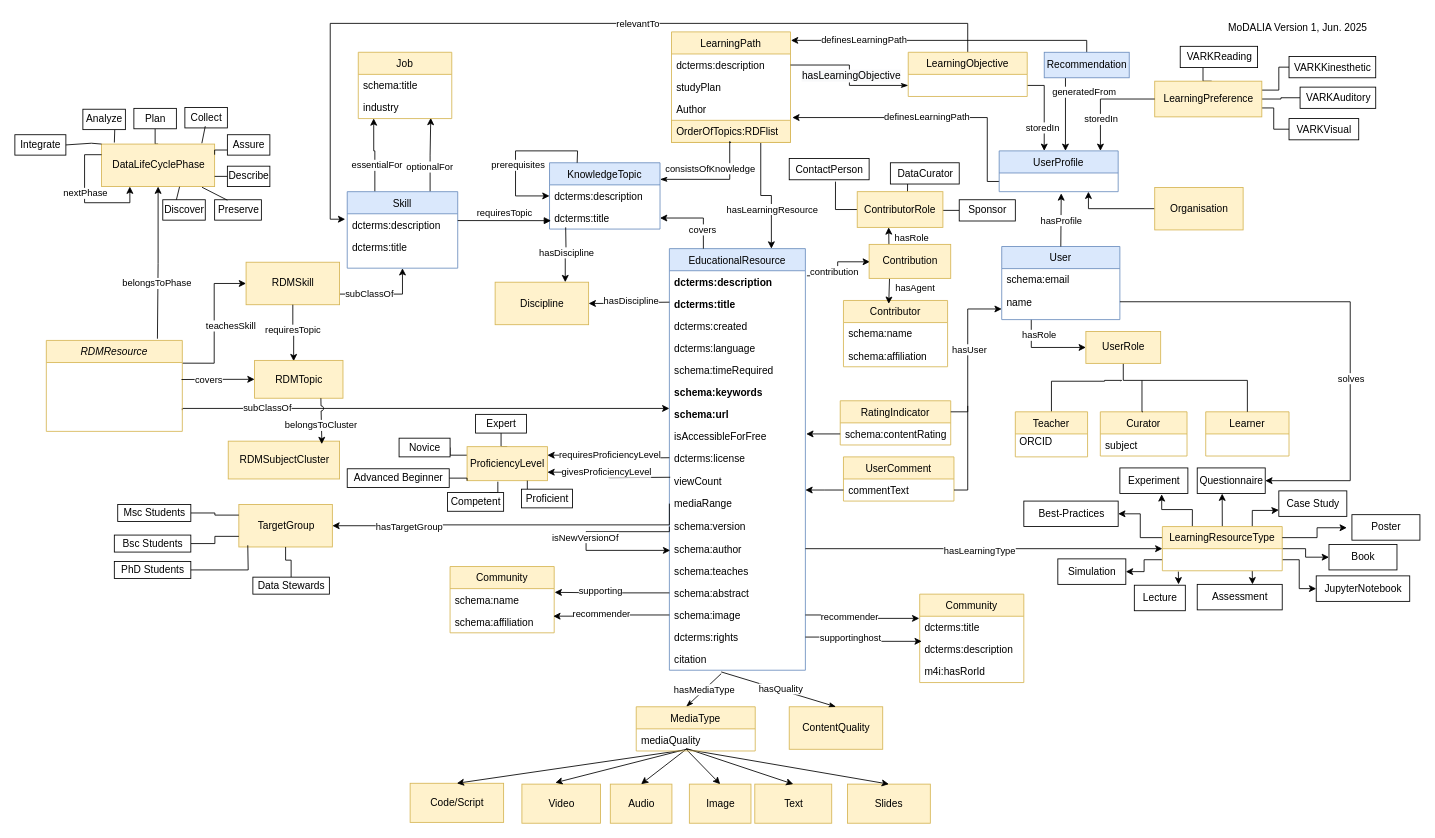
Earlier version of the draw.io diagram visualisations/Modalia_v1_Jun25.drawio (data-literacy-alliance/dalia-ontology). Source tidied: cells renumbered, new cells numbered last; positions are measured from the earlier drawing's top-left corner, leaving out a move shared by most shapes. Both pictures are drawn from the tidied source at 85%, with x=0, y=0 at pixel (14, 14).
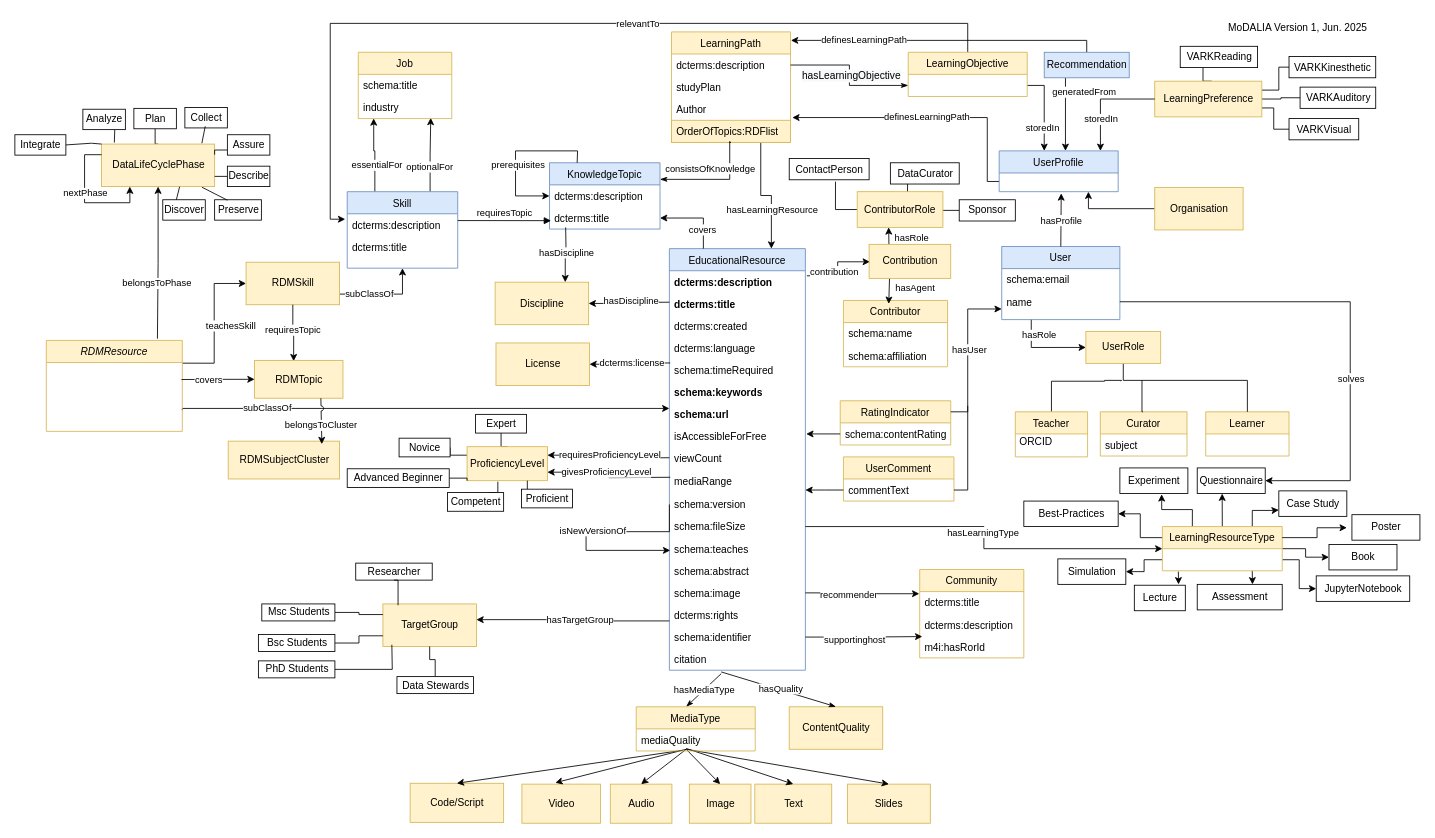
The same page after the edit.

Commit message (it also covers changes not shown here):
Vis+Refine

Unchanged cells that the change refers to:
```xml
<mxCell id="18" value="EducationalResource" style="swimlane;fontStyle=0;align=center;verticalAlign=top;horizontal=1;startSize=26;rounded=0;shadow=0;strokeWidth=1;fillColor=#dae8fc;strokeColor=#6c8ebf;" parent="1" vertex="1">
  <mxGeometry x="770" y="275" width="160" height="496" as="geometry" />
</mxCell>
<mxCell id="239" value="dcterms:title" style="text;strokeColor=none;fillColor=none;align=left;verticalAlign=top;spacingLeft=4;spacingRight=4;overflow=hidden;points=[[0,0.5],[1,0.5]];portConstraint=eastwest;" parent="238" vertex="1">
  <mxGeometry y="26" width="122.5" height="26" as="geometry" />
</mxCell>
<mxCell id="241" value="m4i:hasRorId" style="text;strokeColor=none;fillColor=none;align=left;verticalAlign=top;spacingLeft=4;spacingRight=4;overflow=hidden;points=[[0,0.5],[1,0.5]];portConstraint=eastwest;" parent="238" vertex="1">
  <mxGeometry y="78" width="122.5" height="26" as="geometry" />
</mxCell>
```

The edit, as a diff of the source:
```diff
@@
-    <mxCell id="27" value="dcterms:license" style="text;align=left;verticalAlign=top;spacingLeft=4;spacingRight=4;overflow=hidden;rounded=0;shadow=0;html=0;" parent="18" vertex="1">
-      <mxGeometry y="234" width="160" height="26" as="geometry" />
-    </mxCell>
     <mxCell id="28" value="viewCount" style="text;align=left;verticalAlign=top;spacingLeft=4;spacingRight=4;overflow=hidden;rounded=0;shadow=0;html=0;" parent="18" vertex="1">
-      <mxGeometry y="260" width="160" height="26" as="geometry" />
+      <mxGeometry y="234" width="160" height="26" as="geometry" />
     </mxCell>
     <mxCell id="29" value="mediaRange" style="text;align=left;verticalAlign=top;spacingLeft=4;spacingRight=4;overflow=hidden;points=[[0,0.5],[1,0.5]];portConstraint=eastwest;rounded=0;shadow=0;html=0;" parent="18" vertex="1">
-      <mxGeometry y="286" width="160" height="28" as="geometry" />
+      <mxGeometry y="260" width="160" height="28" as="geometry" />
     </mxCell>
@@
     <mxCell id="32" value="schema:version" style="text;align=left;verticalAlign=top;spacingLeft=4;spacingRight=4;overflow=hidden;points=[[0,0.5],[1,0.5]];portConstraint=eastwest;rounded=0;shadow=0;html=0;" parent="18" vertex="1">
-      <mxGeometry y="314" width="160" height="26" as="geometry" />
+      <mxGeometry y="288" width="160" height="26" as="geometry" />
     </mxCell>
-    <mxCell id="33" value="schema:author" style="text;align=left;verticalAlign=top;spacingLeft=4;spacingRight=4;overflow=hidden;points=[[0,0.5],[1,0.5]];portConstraint=eastwest;rounded=0;shadow=0;html=0;" parent="18" vertex="1">
-      <mxGeometry y="340" width="160" height="26" as="geometry" />
+    <mxCell id="33" value="schema:fileSize" style="text;align=left;verticalAlign=top;spacingLeft=4;spacingRight=4;overflow=hidden;points=[[0,0.5],[1,0.5]];portConstraint=eastwest;rounded=0;shadow=0;html=0;" parent="18" vertex="1">
+      <mxGeometry y="314" width="160" height="26" as="geometry" />
     </mxCell>
     <mxCell id="34" value="schema:teaches" style="text;align=left;verticalAlign=top;spacingLeft=4;spacingRight=4;overflow=hidden;rounded=0;shadow=0;html=0;" parent="18" vertex="1">
-      <mxGeometry y="366" width="160" height="26" as="geometry" />
+      <mxGeometry y="340" width="160" height="26" as="geometry" />
     </mxCell>
     <mxCell id="35" value="schema:abstract" style="text;align=left;verticalAlign=top;spacingLeft=4;spacingRight=4;overflow=hidden;points=[[0,0.5],[1,0.5]];portConstraint=eastwest;rounded=0;shadow=0;html=0;" parent="18" vertex="1">
-      <mxGeometry y="392" width="160" height="26" as="geometry" />
+      <mxGeometry y="366" width="160" height="26" as="geometry" />
     </mxCell>
     <mxCell id="36" value="schema:image" style="text;align=left;verticalAlign=top;spacingLeft=4;spacingRight=4;overflow=hidden;points=[[0,0.5],[1,0.5]];portConstraint=eastwest;rounded=0;shadow=0;html=0;" parent="18" vertex="1">
-      <mxGeometry y="418" width="160" height="26" as="geometry" />
+      <mxGeometry y="392" width="160" height="26" as="geometry" />
     </mxCell>
     <mxCell id="37" value="dcterms:rights" style="text;align=left;verticalAlign=top;spacingLeft=4;spacingRight=4;overflow=hidden;points=[[0,0.5],[1,0.5]];portConstraint=eastwest;rounded=0;shadow=0;html=0;" parent="18" vertex="1">
-      <mxGeometry y="444" width="160" height="26" as="geometry" />
+      <mxGeometry y="418" width="160" height="26" as="geometry" />
     </mxCell>
-    <mxCell id="38" value="citation" style="text;align=left;verticalAlign=top;spacingLeft=4;spacingRight=4;overflow=hidden;points=[[0,0.5],[1,0.5]];portConstraint=eastwest;rounded=0;shadow=0;html=0;" parent="18" vertex="1">
-      <mxGeometry y="470" width="160" height="26" as="geometry" />
+    <mxCell id="38" value="schema:identifier" style="text;align=left;verticalAlign=top;spacingLeft=4;spacingRight=4;overflow=hidden;points=[[0,0.5],[1,0.5]];portConstraint=eastwest;rounded=0;shadow=0;html=0;" parent="18" vertex="1">
+      <mxGeometry y="444" width="160" height="26" as="geometry" />
     </mxCell>
+    <mxCell id="246" value="citation" style="text;align=left;verticalAlign=top;spacingLeft=4;spacingRight=4;overflow=hidden;rounded=0;shadow=0;html=0;" parent="18" vertex="1">
+      <mxGeometry y="470" width="160" height="26" as="geometry" />
+    </mxCell>
@@
-    <mxCell id="174" style="edgeStyle=orthogonalEdgeStyle;rounded=0;jettySize=auto;html=1;exitX=1;exitY=0.5;exitDx=0;exitDy=0;entryX=0;entryY=0.5;entryDx=0;entryDy=0;endArrow=none;endFill=0;startArrow=classic;startFill=1;" parent="1" edge="1" source="176" target="29">
-      <mxGeometry relative="1" as="geometry">
-        <Array as="points">
-          <mxPoint x="444" y="601" />
-          <mxPoint x="444" y="600" />
-          <mxPoint x="770" y="600" />
-        </Array>
-      </mxGeometry>
-    </mxCell>
-    <mxCell id="175" value="hasTargetGroup" style="edgeLabel;html=1;align=center;verticalAlign=middle;" parent="174" vertex="1">
-      <mxGeometry x="-0.57" y="-1" relative="1" as="geometry" />
-    </mxCell>
     <mxCell id="176" value="TargetGroup" style="html=1;fillColor=#fff2cc;strokeColor=#d6b656;" parent="1" vertex="1">
-      <mxGeometry x="263.5" y="576" width="110" height="50" as="geometry" />
+      <mxGeometry x="433" y="693" width="110" height="50" as="geometry" />
     </mxCell>
@@
     <mxCell id="178" value="Msc Students" style="html=1;" parent="1" vertex="1">
-      <mxGeometry x="121" y="576" width="86" height="20" as="geometry" />
+      <mxGeometry x="290.5" y="693" width="86" height="20" as="geometry" />
     </mxCell>
@@
     <mxCell id="180" value="Bsc Students" style="html=1;" parent="1" vertex="1">
-      <mxGeometry x="117" y="612" width="90" height="20" as="geometry" />
+      <mxGeometry x="286.5" y="729" width="90" height="20" as="geometry" />
     </mxCell>
@@
     <mxCell id="190" value="PhD Students" style="html=1;" parent="1" vertex="1">
-      <mxGeometry x="117" y="643" width="90" height="20" as="geometry" />
+      <mxGeometry x="286.5" y="760" width="90" height="20" as="geometry" />
     </mxCell>
     <mxCell id="191" style="edgeStyle=orthogonalEdgeStyle;rounded=0;jettySize=auto;html=1;exitX=1;exitY=0.5;exitDx=0;exitDy=0;entryX=0;entryY=0.75;entryDx=0;entryDy=0;endArrow=none;endFill=0;" parent="1" edge="1" source="190">
       <mxGeometry relative="1" as="geometry">
-        <mxPoint x="274" y="624" as="targetPoint" />
+        <mxPoint x="443.5" y="741" as="targetPoint" />
       </mxGeometry>
     </mxCell>
@@
     <mxCell id="193" value="Data Stewards" style="html=1;" parent="1" vertex="1">
-      <mxGeometry x="280" y="661.5" width="90" height="20" as="geometry" />
+      <mxGeometry x="449.5" y="778.5" width="90" height="20" as="geometry" />
     </mxCell>
@@
-    <mxCell id="228" value="Community" style="swimlane;fontStyle=0;horizontal=1;startSize=26;fillColor=#fff2cc;strokeColor=#d6b656;" parent="1" vertex="1">
-      <mxGeometry x="512" y="649" width="122.5" height="78" as="geometry" />
-    </mxCell>
-    <mxCell id="229" value="schema:name" style="text;strokeColor=none;fillColor=none;align=left;verticalAlign=top;spacingLeft=4;spacingRight=4;overflow=hidden;points=[[0,0.5],[1,0.5]];portConstraint=eastwest;" parent="228" vertex="1">
-      <mxGeometry y="26" width="122.5" height="26" as="geometry" />
-    </mxCell>
-    <mxCell id="230" value="schema:affiliation" style="text;strokeColor=none;fillColor=none;align=left;verticalAlign=top;spacingLeft=4;spacingRight=4;overflow=hidden;points=[[0,0.5],[1,0.5]];portConstraint=eastwest;" parent="228" vertex="1">
-      <mxGeometry y="52" width="122.5" height="26" as="geometry" />
-    </mxCell>
-    <mxCell id="231" style="edgeStyle=orthogonalEdgeStyle;rounded=0;jettySize=auto;html=1;exitX=0;exitY=0.5;exitDx=0;exitDy=0;entryX=1.004;entryY=0.169;entryDx=0;entryDy=0;entryPerimeter=0;" parent="1" edge="1" source="35" target="229">
-      <mxGeometry relative="1" as="geometry" />
-    </mxCell>
-    <mxCell id="232" value="supporting" style="edgeLabel;html=1;align=center;verticalAlign=middle;" parent="231" vertex="1">
-      <mxGeometry x="0.53" y="-2" relative="1" as="geometry">
-        <mxPoint x="22" as="offset" />
-      </mxGeometry>
-    </mxCell>
-    <mxCell id="233" style="edgeStyle=orthogonalEdgeStyle;rounded=0;jettySize=auto;html=1;exitX=0;exitY=0.5;exitDx=0;exitDy=0;entryX=0.991;entryY=0.246;entryDx=0;entryDy=0;entryPerimeter=0;" parent="1" edge="1" source="36" target="230">
-      <mxGeometry relative="1" as="geometry" />
-    </mxCell>
-    <mxCell id="234" value="recommender" style="edgeLabel;html=1;align=center;verticalAlign=middle;" parent="233" vertex="1">
-      <mxGeometry x="0.33" y="2" relative="1" as="geometry">
-        <mxPoint x="10" y="-5" as="offset" />
-      </mxGeometry>
-    </mxCell>
@@
     <mxCell id="238" value="Community" style="swimlane;fontStyle=0;horizontal=1;startSize=26;fillColor=#fff2cc;strokeColor=#d6b656;" parent="1" vertex="1">
-      <mxGeometry x="1064.5" y="681.5" width="122.5" height="104" as="geometry" />
+      <mxGeometry x="1064.5" y="652.5" width="122.5" height="104" as="geometry" />
     </mxCell>
@@
-    <mxCell id="244" style="edgeStyle=orthogonalEdgeStyle;rounded=0;jettySize=auto;html=1;exitX=1;exitY=0.5;exitDx=0;exitDy=0;entryX=0.02;entryY=1.135;entryDx=0;entryDy=0;entryPerimeter=0;" parent="1" edge="1" source="37" target="239">
-      <mxGeometry relative="1" as="geometry">
-        <Array as="points">
-          <mxPoint x="997" y="732" />
-          <mxPoint x="997" y="737" />
-        </Array>
-      </mxGeometry>
-    </mxCell>
+    <mxCell id="247" value="License" style="html=1;fillColor=#fff2cc;strokeColor=#d6b656;" parent="1" vertex="1">
+      <mxGeometry x="566" y="386" width="110" height="50" as="geometry" />
+    </mxCell>
+    <mxCell id="248" style="edgeStyle=orthogonalEdgeStyle;rounded=0;jettySize=auto;html=1;exitX=0;exitY=0.5;exitDx=0;exitDy=0;entryX=1;entryY=0.5;entryDx=0;entryDy=0;" parent="1" edge="1" target="247">
+      <mxGeometry relative="1" as="geometry">
+        <mxPoint x="771" y="409.5" as="sourcePoint" />
+      </mxGeometry>
+    </mxCell>
+    <mxCell id="27" value="dcterms:license" style="edgeLabel;html=1;align=center;verticalAlign=middle;" parent="248" vertex="1">
+      <mxGeometry x="0.22" y="-3" relative="1" as="geometry">
+        <mxPoint x="12" as="offset" />
+      </mxGeometry>
+    </mxCell>
+    <mxCell id="249" style="edgeStyle=orthogonalEdgeStyle;rounded=0;jettySize=auto;html=1;exitX=1;exitY=0.5;exitDx=0;exitDy=0;entryX=0.025;entryY=0.035;entryDx=0;entryDy=0;entryPerimeter=0;" parent="1" edge="1" source="38" target="241">
+      <mxGeometry relative="1" as="geometry">
+        <Array as="points">
+          <mxPoint x="997" y="732" />
+          <mxPoint x="997" y="731" />
+        </Array>
+      </mxGeometry>
+    </mxCell>
-    <mxCell id="245" value="supportinghost" style="edgeLabel;html=1;align=center;verticalAlign=middle;" parent="244" vertex="1">
-      <mxGeometry x="-0.48" relative="1" as="geometry">
-        <mxPoint x="15" as="offset" />
-      </mxGeometry>
+    <mxCell id="245" value="supportinghost" style="edgeLabel;html=1;align=center;verticalAlign=middle;" parent="249" vertex="1">
+      <mxGeometry x="-0.17" y="-2" relative="1" as="geometry" />
     </mxCell>
+    <mxCell id="250" style="edgeStyle=orthogonalEdgeStyle;rounded=0;orthogonalLoop=1;jettySize=auto;html=1;exitX=0;exitY=0.5;exitDx=0;exitDy=0;entryX=1;entryY=0.75;entryDx=0;entryDy=0;" parent="1" edge="1">
+      <mxGeometry relative="1" as="geometry">
+        <mxPoint x="770" y="713" as="sourcePoint" />
+        <mxPoint x="543" y="711.5" as="targetPoint" />
+        <Array as="points">
+          <mxPoint x="657" y="713" />
+          <mxPoint x="657" y="712" />
+        </Array>
+      </mxGeometry>
+    </mxCell>
+    <mxCell id="175" value="hasTargetGroup" style="edgeLabel;html=1;align=center;verticalAlign=middle;" parent="250" vertex="1">
+      <mxGeometry x="0.25" y="-3" relative="1" as="geometry">
+        <mxPoint x="36" y="3" as="offset" />
+      </mxGeometry>
+    </mxCell>
+    <mxCell id="251" value="Researcher" style="html=1;" parent="1" vertex="1">
+      <mxGeometry x="401" y="645" width="90" height="20" as="geometry" />
+    </mxCell>
+    <mxCell id="252" style="edgeStyle=orthogonalEdgeStyle;rounded=0;jettySize=auto;html=1;exitX=0.5;exitY=1;exitDx=0;exitDy=0;entryX=0.162;entryY=0.032;entryDx=0;entryDy=0;entryPerimeter=0;endArrow=none;startFill=0;" parent="1" edge="1" source="251" target="176">
+      <mxGeometry relative="1" as="geometry" />
+    </mxCell>
```
